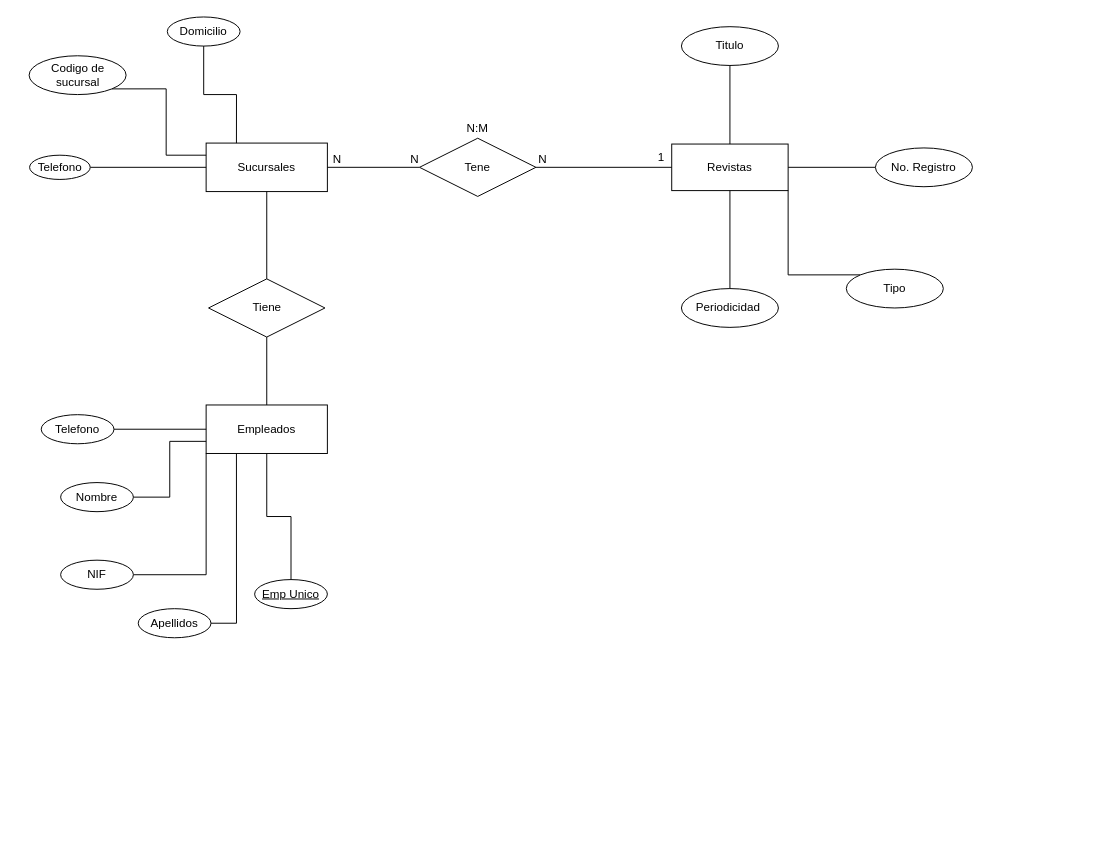
This is cadenaEDIT.drawio from IsaiEDC/ACTs-moodels, a draw.io file, before an edit. Source tidied: cells renumbered, new cells numbered last; positions are measured from the earlier drawing's top-left corner, leaving out a move shared by most shapes. Both pictures are drawn from the tidied source at 97%, with x=0, y=0 at pixel (29, 16).
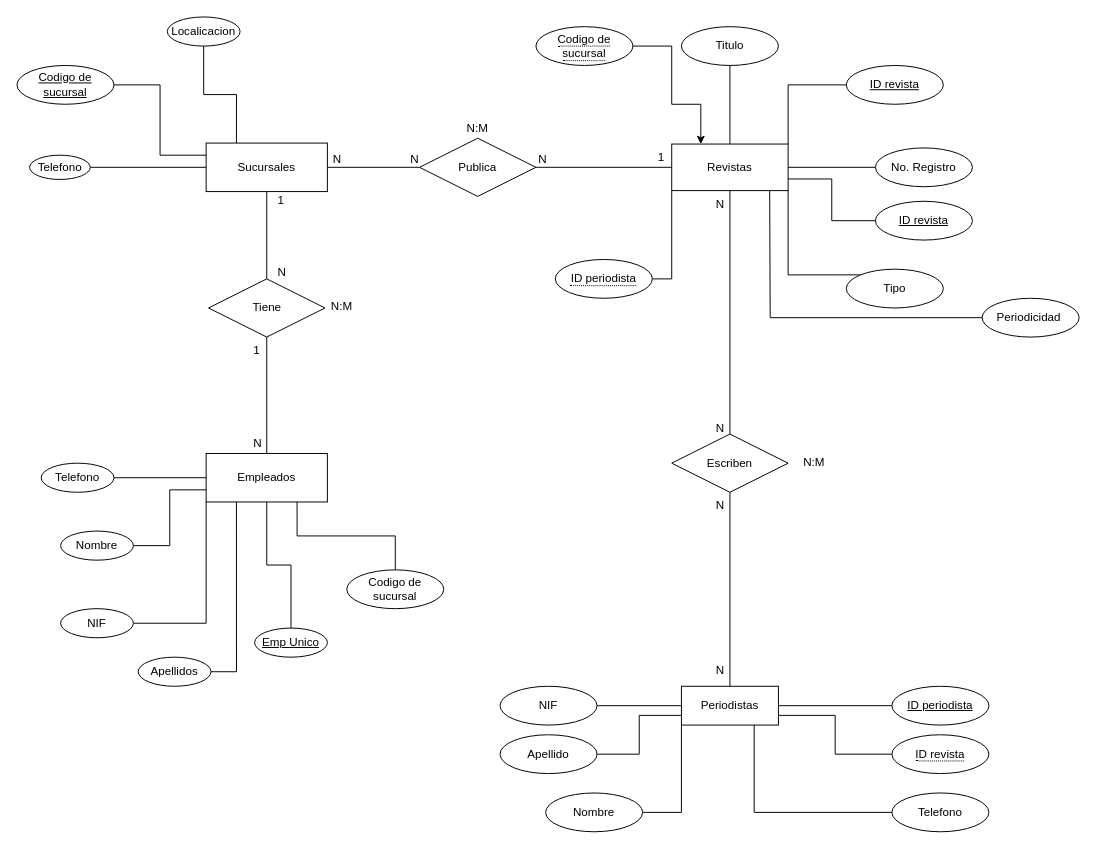
After the change.

Unchanged cells that the change refers to:
```xml
<mxCell id="3" value="Revistas" style="whiteSpace=wrap;html=1;align=center;" parent="1" vertex="1">
  <mxGeometry x="662" y="131" width="120" height="48" as="geometry" />
</mxCell>
<mxCell id="4" value="Sucursales" style="whiteSpace=wrap;html=1;align=center;" parent="1" vertex="1">
  <mxGeometry x="182" y="130" width="125" height="50" as="geometry" />
</mxCell>
```

Change to the diagram source:
```diff
@@
     <mxCell id="2" value="Empleados" style="whiteSpace=wrap;html=1;align=center;" parent="1" vertex="1">
-      <mxGeometry x="182" y="400" width="125" height="50" as="geometry" />
+      <mxGeometry x="182" y="450" width="125" height="50" as="geometry" />
     </mxCell>
@@
-    <mxCell id="5" style="edgeStyle=orthogonalEdgeStyle;rounded=0;jettySize=auto;html=1;exitX=1;exitY=1;exitDx=0;exitDy=0;entryX=0;entryY=0.25;entryDx=0;entryDy=0;endArrow=none;endFill=0;" parent="1" edge="1" source="6" target="4">
+    <mxCell id="5" style="edgeStyle=orthogonalEdgeStyle;rounded=0;jettySize=auto;html=1;exitX=1;exitY=0.5;exitDx=0;exitDy=0;entryX=0;entryY=0.25;entryDx=0;entryDy=0;endArrow=none;endFill=0;" parent="1" edge="1" source="40" target="4">
       <mxGeometry relative="1" as="geometry" />
     </mxCell>
-    <mxCell id="6" value="Codigo de sucursal" style="ellipse;whiteSpace=wrap;html=1;align=center;" parent="1" vertex="1">
-      <mxGeometry x="-0.5" y="40" width="100" height="40" as="geometry" />
-    </mxCell>
@@
-    <mxCell id="10" value="Domicilio" style="ellipse;whiteSpace=wrap;html=1;align=center;" parent="1" vertex="1">
+    <mxCell id="10" value="Localicacion" style="ellipse;whiteSpace=wrap;html=1;align=center;" parent="1" vertex="1">
       <mxGeometry x="142" width="75" height="30" as="geometry" />
     </mxCell>
@@
     <mxCell id="12" value="Telefono" style="ellipse;whiteSpace=wrap;html=1;align=center;" parent="1" vertex="1">
-      <mxGeometry x="12" y="410" width="75" height="30" as="geometry" />
+      <mxGeometry x="12" y="460" width="75" height="30" as="geometry" />
     </mxCell>
@@
     <mxCell id="14" value="NIF" style="ellipse;whiteSpace=wrap;html=1;align=center;" parent="1" vertex="1">
-      <mxGeometry x="32" y="560" width="75" height="30" as="geometry" />
+      <mxGeometry x="32" y="610" width="75" height="30" as="geometry" />
     </mxCell>
     <mxCell id="15" style="edgeStyle=orthogonalEdgeStyle;rounded=0;jettySize=auto;html=1;entryX=0.25;entryY=1;entryDx=0;entryDy=0;endArrow=none;endFill=0;" parent="1" edge="1" source="16" target="2">
       <mxGeometry relative="1" as="geometry">
         <Array as="points">
-          <mxPoint x="213" y="625" />
+          <mxPoint x="213" y="675" />
         </Array>
       </mxGeometry>
     </mxCell>
     <mxCell id="16" value="Apellidos" style="ellipse;whiteSpace=wrap;html=1;align=center;" parent="1" vertex="1">
-      <mxGeometry x="112" y="610" width="75" height="30" as="geometry" />
+      <mxGeometry x="112" y="660" width="75" height="30" as="geometry" />
     </mxCell>
@@
     <mxCell id="18" value="Nombre" style="ellipse;whiteSpace=wrap;html=1;align=center;" parent="1" vertex="1">
-      <mxGeometry x="32" y="480" width="75" height="30" as="geometry" />
+      <mxGeometry x="32" y="530" width="75" height="30" as="geometry" />
     </mxCell>
@@
     <mxCell id="20" value="Emp Unico" style="ellipse;whiteSpace=wrap;html=1;align=center;fontStyle=4;" parent="1" vertex="1">
-      <mxGeometry x="232" y="580" width="75" height="30" as="geometry" />
+      <mxGeometry x="232" y="630" width="75" height="30" as="geometry" />
     </mxCell>
@@
-    <mxCell id="26" value="Tene" style="shape=rhombus;perimeter=rhombusPerimeter;whiteSpace=wrap;html=1;align=center;" parent="1" vertex="1">
+    <mxCell id="26" value="Publica" style="shape=rhombus;perimeter=rhombusPerimeter;whiteSpace=wrap;html=1;align=center;" parent="1" vertex="1">
       <mxGeometry x="402" y="125" width="120" height="60" as="geometry" />
     </mxCell>
@@
-    <mxCell id="29" style="edgeStyle=orthogonalEdgeStyle;rounded=0;jettySize=auto;html=1;endArrow=none;endFill=0;" parent="1" edge="1" source="30" target="3">
-      <mxGeometry relative="1" as="geometry" />
+    <mxCell id="29" style="edgeStyle=orthogonalEdgeStyle;rounded=0;jettySize=auto;html=1;endArrow=none;endFill=0;exitX=0;exitY=0.5;exitDx=0;exitDy=0;" parent="1" edge="1" source="30">
+      <mxGeometry relative="1" as="geometry">
+        <mxPoint x="763" y="179" as="targetPoint" />
+      </mxGeometry>
     </mxCell>
     <mxCell id="30" value="Periodicidad&amp;nbsp;" style="ellipse;whiteSpace=wrap;html=1;align=center;" parent="1" vertex="1">
-      <mxGeometry x="672" y="280" width="100" height="40" as="geometry" />
+      <mxGeometry x="982" y="290" width="100" height="40" as="geometry" />
     </mxCell>
@@
+    <mxCell id="40" value="Codigo de sucursal" style="ellipse;whiteSpace=wrap;html=1;align=center;fontStyle=4;" parent="1" vertex="1">
+      <mxGeometry x="-13" y="50" width="100" height="40" as="geometry" />
+    </mxCell>
+    <mxCell id="41" style="edgeStyle=orthogonalEdgeStyle;rounded=0;jettySize=auto;html=1;entryX=0.25;entryY=0;entryDx=0;entryDy=0;" parent="1" edge="1" source="42" target="3">
+      <mxGeometry relative="1" as="geometry">
+        <Array as="points">
+          <mxPoint x="662" y="30" />
+          <mxPoint x="662" y="90" />
+          <mxPoint x="692" y="90" />
+        </Array>
+      </mxGeometry>
+    </mxCell>
+    <mxCell id="42" value="&lt;span style=&quot;border-bottom: 1px dotted&quot;&gt;Codigo de sucursal&lt;/span&gt;" style="ellipse;whiteSpace=wrap;html=1;align=center;" parent="1" vertex="1">
+      <mxGeometry x="522" y="10" width="100" height="40" as="geometry" />
+    </mxCell>
+    <mxCell id="43" style="edgeStyle=orthogonalEdgeStyle;rounded=0;jettySize=auto;html=1;entryX=1;entryY=0;entryDx=0;entryDy=0;endArrow=none;endFill=0;" parent="1" edge="1" source="44" target="3">
+      <mxGeometry relative="1" as="geometry" />
+    </mxCell>
+    <mxCell id="44" value="ID revista" style="ellipse;whiteSpace=wrap;html=1;align=center;fontStyle=4;" parent="1" vertex="1">
+      <mxGeometry x="842" y="50" width="100" height="40" as="geometry" />
+    </mxCell>
+    <mxCell id="45" style="edgeStyle=orthogonalEdgeStyle;rounded=0;jettySize=auto;html=1;entryX=0.5;entryY=1;entryDx=0;entryDy=0;endArrow=none;endFill=0;" parent="1" edge="1" source="46" target="3">
+      <mxGeometry relative="1" as="geometry" />
+    </mxCell>
+    <mxCell id="46" value="Escriben" style="shape=rhombus;perimeter=rhombusPerimeter;whiteSpace=wrap;html=1;align=center;" parent="1" vertex="1">
+      <mxGeometry x="662" y="430" width="120" height="60" as="geometry" />
+    </mxCell>
+    <mxCell id="47" style="edgeStyle=orthogonalEdgeStyle;rounded=0;jettySize=auto;html=1;entryX=0.5;entryY=1;entryDx=0;entryDy=0;endArrow=none;endFill=0;" parent="1" edge="1" source="48" target="46">
+      <mxGeometry relative="1" as="geometry" />
+    </mxCell>
+    <mxCell id="48" value="Periodistas" style="whiteSpace=wrap;html=1;align=center;" parent="1" vertex="1">
+      <mxGeometry x="672" y="690" width="100" height="40" as="geometry" />
+    </mxCell>
+    <mxCell id="49" style="edgeStyle=orthogonalEdgeStyle;rounded=0;jettySize=auto;html=1;entryX=1;entryY=0.5;entryDx=0;entryDy=0;endArrow=none;endFill=0;" parent="1" edge="1" source="50" target="48">
+      <mxGeometry relative="1" as="geometry" />
+    </mxCell>
+    <mxCell id="50" value="ID periodista" style="ellipse;whiteSpace=wrap;html=1;align=center;fontStyle=4;" parent="1" vertex="1">
+      <mxGeometry x="889" y="690" width="100" height="40" as="geometry" />
+    </mxCell>
+    <mxCell id="51" style="edgeStyle=orthogonalEdgeStyle;rounded=0;jettySize=auto;html=1;entryX=1;entryY=0.75;entryDx=0;entryDy=0;endArrow=none;endFill=0;" parent="1" edge="1" source="52" target="48">
+      <mxGeometry relative="1" as="geometry" />
+    </mxCell>
+    <mxCell id="52" value="&lt;span style=&quot;border-bottom: 1px dotted&quot;&gt;ID revista&lt;/span&gt;" style="ellipse;whiteSpace=wrap;html=1;align=center;" parent="1" vertex="1">
+      <mxGeometry x="889" y="740" width="100" height="40" as="geometry" />
+    </mxCell>
+    <mxCell id="53" style="edgeStyle=orthogonalEdgeStyle;rounded=0;jettySize=auto;html=1;entryX=0;entryY=1;entryDx=0;entryDy=0;endArrow=none;endFill=0;" parent="1" edge="1" source="54" target="48">
+      <mxGeometry relative="1" as="geometry" />
+    </mxCell>
+    <mxCell id="54" value="Nombre" style="ellipse;whiteSpace=wrap;html=1;align=center;" parent="1" vertex="1">
+      <mxGeometry x="532" y="800" width="100" height="40" as="geometry" />
+    </mxCell>
+    <mxCell id="55" style="edgeStyle=orthogonalEdgeStyle;rounded=0;jettySize=auto;html=1;entryX=0;entryY=0.75;entryDx=0;entryDy=0;endArrow=none;endFill=0;" parent="1" edge="1" source="56" target="48">
+      <mxGeometry relative="1" as="geometry" />
+    </mxCell>
+    <mxCell id="56" value="Apellido" style="ellipse;whiteSpace=wrap;html=1;align=center;" parent="1" vertex="1">
+      <mxGeometry x="485" y="740" width="100" height="40" as="geometry" />
+    </mxCell>
+    <mxCell id="57" style="edgeStyle=orthogonalEdgeStyle;rounded=0;jettySize=auto;html=1;entryX=0;entryY=0.5;entryDx=0;entryDy=0;endArrow=none;endFill=0;" parent="1" edge="1" source="58" target="48">
+      <mxGeometry relative="1" as="geometry" />
+    </mxCell>
+    <mxCell id="58" value="NIF" style="ellipse;whiteSpace=wrap;html=1;align=center;" parent="1" vertex="1">
+      <mxGeometry x="485" y="690" width="100" height="40" as="geometry" />
+    </mxCell>
+    <mxCell id="59" style="edgeStyle=orthogonalEdgeStyle;rounded=0;jettySize=auto;html=1;entryX=0;entryY=1;entryDx=0;entryDy=0;endArrow=none;endFill=0;" parent="1" edge="1" source="60" target="3">
+      <mxGeometry relative="1" as="geometry" />
+    </mxCell>
+    <mxCell id="60" value="&lt;span style=&quot;border-bottom: 1px dotted&quot;&gt;ID periodista&lt;/span&gt;" style="ellipse;whiteSpace=wrap;html=1;align=center;" parent="1" vertex="1">
+      <mxGeometry x="542" y="250" width="100" height="40" as="geometry" />
+    </mxCell>
+    <mxCell id="61" style="edgeStyle=orthogonalEdgeStyle;rounded=0;jettySize=auto;html=1;entryX=1;entryY=0.75;entryDx=0;entryDy=0;endArrow=none;endFill=0;" parent="1" edge="1" source="62" target="3">
+      <mxGeometry relative="1" as="geometry" />
+    </mxCell>
+    <mxCell id="62" value="ID revista" style="ellipse;whiteSpace=wrap;html=1;align=center;fontStyle=4;" parent="1" vertex="1">
+      <mxGeometry x="872" y="190" width="100" height="40" as="geometry" />
+    </mxCell>
+    <mxCell id="63" style="edgeStyle=orthogonalEdgeStyle;rounded=0;jettySize=auto;html=1;exitX=0.5;exitY=0;exitDx=0;exitDy=0;entryX=0.75;entryY=1;entryDx=0;entryDy=0;endArrow=none;endFill=0;" parent="1" edge="1" source="6" target="2">
+      <mxGeometry relative="1" as="geometry" />
+    </mxCell>
+    <mxCell id="6" value="Codigo de sucursal" style="ellipse;whiteSpace=wrap;html=1;align=center;" parent="1" vertex="1">
+      <mxGeometry x="327" y="570" width="100" height="40" as="geometry" />
+    </mxCell>
+    <mxCell id="64" style="edgeStyle=orthogonalEdgeStyle;rounded=0;jettySize=auto;html=1;entryX=0.75;entryY=1;entryDx=0;entryDy=0;endArrow=none;endFill=0;" parent="1" edge="1" source="65" target="48">
+      <mxGeometry relative="1" as="geometry" />
+    </mxCell>
+    <mxCell id="65" value="Telefono" style="ellipse;whiteSpace=wrap;html=1;align=center;" parent="1" vertex="1">
+      <mxGeometry x="889" y="800" width="100" height="40" as="geometry" />
+    </mxCell>
+    <mxCell id="66" value="N" style="text;strokeColor=none;fillColor=none;spacingLeft=4;spacingRight=4;overflow=hidden;fontSize=12;whiteSpace=wrap;html=1;" parent="1" vertex="1">
+      <mxGeometry x="702" y="660" width="40" height="30" as="geometry" />
+    </mxCell>
+    <mxCell id="67" value="N" style="text;strokeColor=none;fillColor=none;spacingLeft=4;spacingRight=4;overflow=hidden;fontSize=12;whiteSpace=wrap;html=1;" parent="1" vertex="1">
+      <mxGeometry x="702" y="490" width="40" height="30" as="geometry" />
+    </mxCell>
+    <mxCell id="68" value="N" style="text;strokeColor=none;fillColor=none;spacingLeft=4;spacingRight=4;overflow=hidden;fontSize=12;whiteSpace=wrap;html=1;" parent="1" vertex="1">
+      <mxGeometry x="702" y="410" width="40" height="30" as="geometry" />
+    </mxCell>
+    <mxCell id="69" value="N" style="text;strokeColor=none;fillColor=none;spacingLeft=4;spacingRight=4;overflow=hidden;fontSize=12;whiteSpace=wrap;html=1;" parent="1" vertex="1">
+      <mxGeometry x="702" y="179" width="40" height="30" as="geometry" />
+    </mxCell>
+    <mxCell id="70" value="1" style="text;strokeColor=none;fillColor=none;spacingLeft=4;spacingRight=4;overflow=hidden;fontSize=12;whiteSpace=wrap;html=1;" parent="1" vertex="1">
+      <mxGeometry x="224.5" y="330" width="40" height="30" as="geometry" />
+    </mxCell>
+    <mxCell id="71" value="N" style="text;strokeColor=none;fillColor=none;spacingLeft=4;spacingRight=4;overflow=hidden;fontSize=12;whiteSpace=wrap;html=1;" parent="1" vertex="1">
+      <mxGeometry x="224.5" y="426" width="40" height="30" as="geometry" />
+    </mxCell>
+    <mxCell id="72" value="1" style="text;strokeColor=none;fillColor=none;spacingLeft=4;spacingRight=4;overflow=hidden;fontSize=12;whiteSpace=wrap;html=1;" parent="1" vertex="1">
+      <mxGeometry x="249.5" y="175" width="40" height="30" as="geometry" />
+    </mxCell>
+    <mxCell id="73" value="N" style="text;strokeColor=none;fillColor=none;spacingLeft=4;spacingRight=4;overflow=hidden;fontSize=12;whiteSpace=wrap;html=1;" parent="1" vertex="1">
+      <mxGeometry x="249.5" y="250" width="40" height="30" as="geometry" />
+    </mxCell>
+    <mxCell id="74" value="N:M" style="text;strokeColor=none;fillColor=none;spacingLeft=4;spacingRight=4;overflow=hidden;fontSize=12;whiteSpace=wrap;html=1;" parent="1" vertex="1">
+      <mxGeometry x="304.5" y="285" width="40" height="30" as="geometry" />
+    </mxCell>
+    <mxCell id="75" value="N:M" style="text;strokeColor=none;fillColor=none;spacingLeft=4;spacingRight=4;overflow=hidden;fontSize=12;whiteSpace=wrap;html=1;" parent="1" vertex="1">
+      <mxGeometry x="792" y="445" width="40" height="30" as="geometry" />
+    </mxCell>
```
